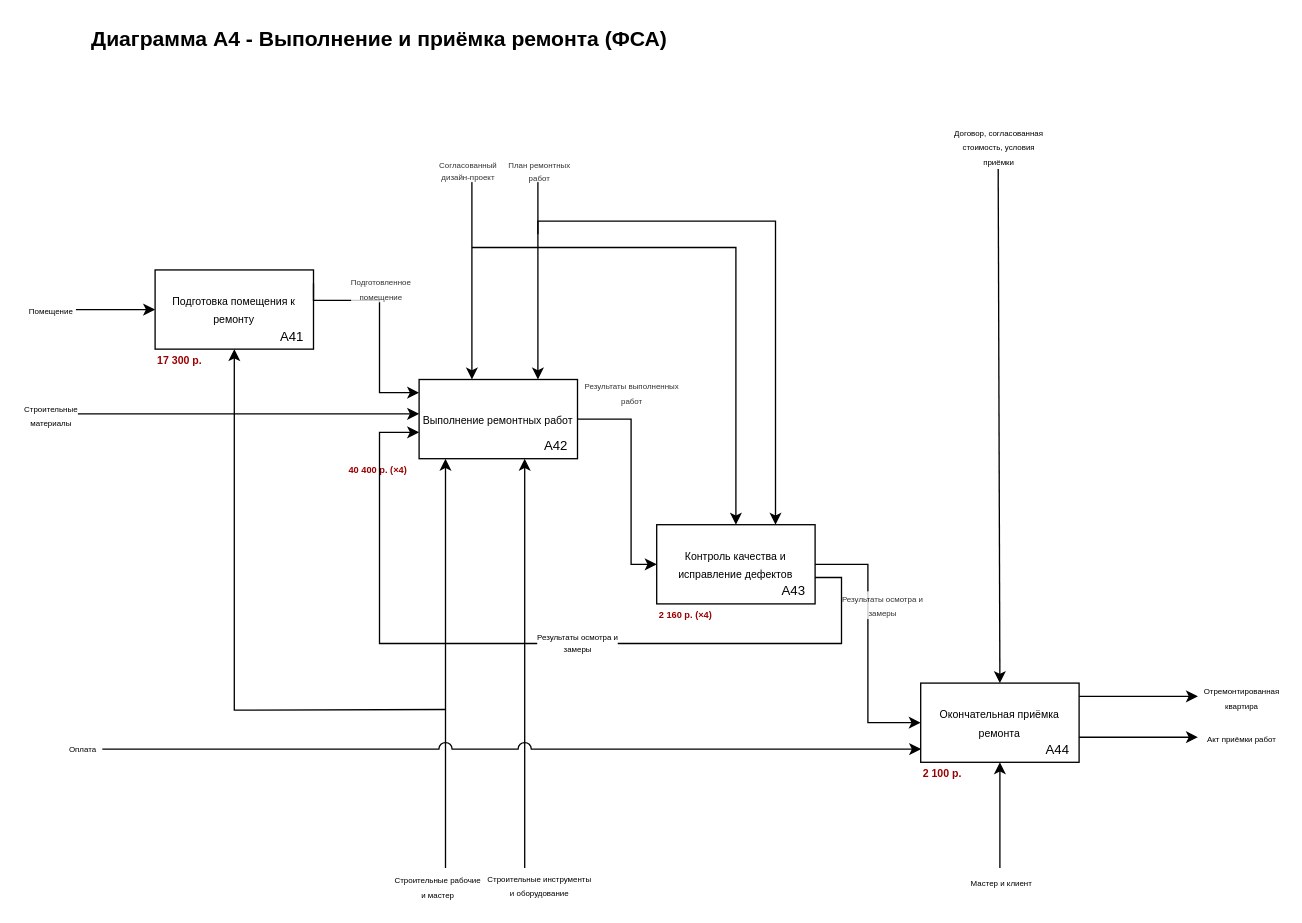
Above: page "А4 (ФСА)" (18 of 18) of sem-5/miabp/lab-5/fsa.drawio in anodev996/uni-works (draw.io), before the change. Source tidied: cells renumbered, new cells numbered last; positions are measured from the earlier drawing's top-left corner, leaving out a move shared by most shapes. Both pictures are drawn from the tidied source at 132%, with x=0, y=0 at pixel (75, 22).
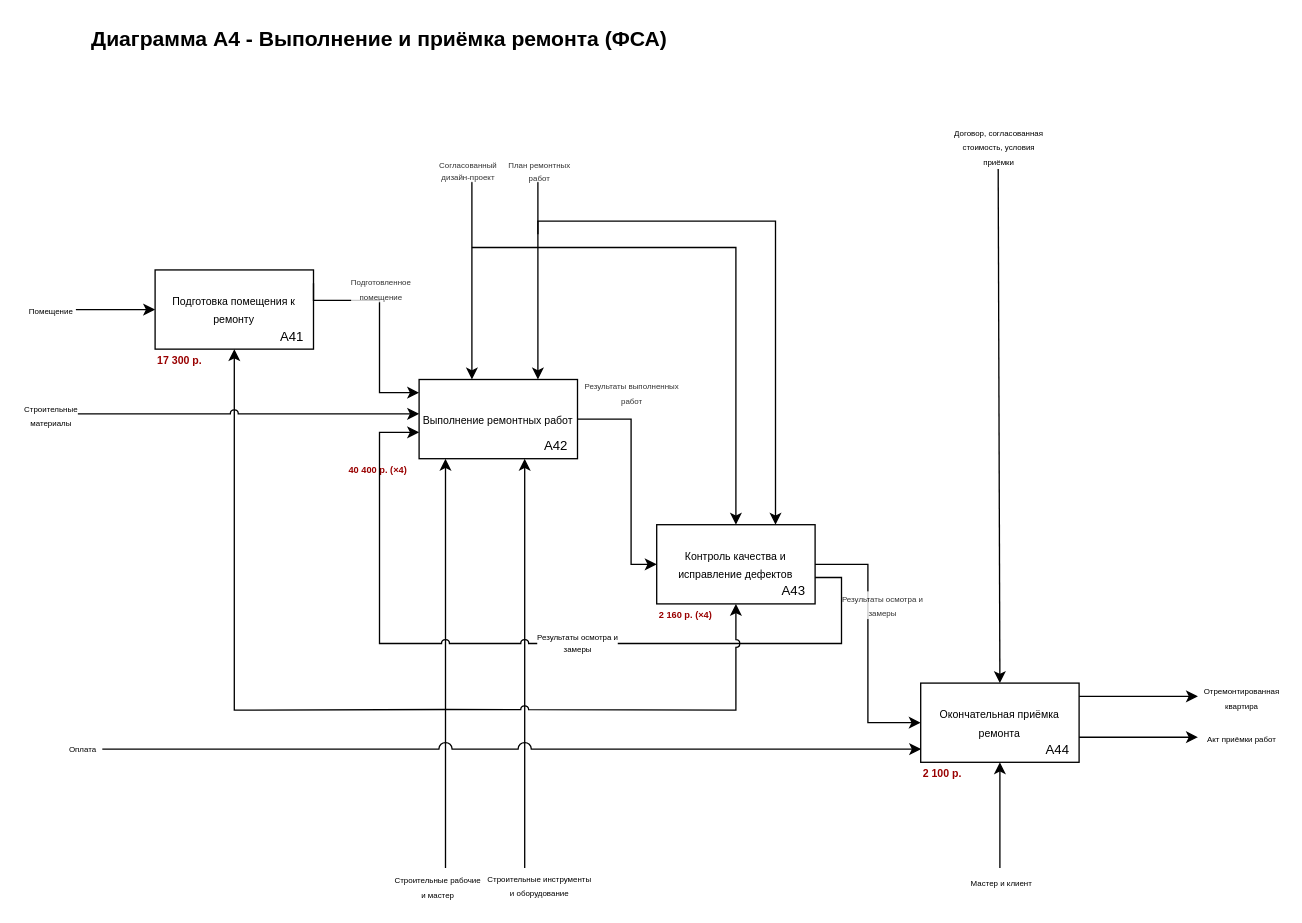
After the change.

Unchanged cells that the change refers to:
```xml
<mxCell id="4" value="&lt;div style=&quot;line-height: 100%;&quot;&gt;&lt;font style=&quot;line-height: 100%;&quot;&gt;&lt;span style=&quot;background-color: transparent; font-size: 8px;&quot;&gt;Подготовка помещения к ремонту&lt;/span&gt;&lt;/font&gt;&lt;/div&gt;" style="rounded=0;whiteSpace=wrap;html=1;" parent="3" vertex="1">
  <mxGeometry width="120" height="60" as="geometry" />
</mxCell>
<mxCell id="8" value="&lt;div style=&quot;line-height: 100%;&quot;&gt;&lt;font style=&quot;line-height: 100%;&quot;&gt;&lt;span style=&quot;background-color: transparent; font-size: 8px;&quot;&gt;Выполнение ремонтных работ&lt;/span&gt;&lt;/font&gt;&lt;/div&gt;" style="rounded=0;whiteSpace=wrap;html=1;" parent="7" vertex="1">
  <mxGeometry width="120" height="60" as="geometry" />
</mxCell>
<mxCell id="12" value="&lt;div style=&quot;line-height: 100%;&quot;&gt;&lt;font style=&quot;line-height: 100%;&quot;&gt;&lt;span style=&quot;background-color: transparent; font-size: 8px;&quot;&gt;Контроль качества и исправление дефектов&lt;/span&gt;&lt;/font&gt;&lt;/div&gt;" style="rounded=0;whiteSpace=wrap;html=1;" parent="11" vertex="1">
  <mxGeometry width="120" height="60" as="geometry" />
</mxCell>
```

The edit, as a diff of the source:
```diff
@@
-    <mxCell id="34" style="endArrow=classic;html=1;rounded=0;edgeStyle=orthogonalEdgeStyle;" parent="1" edge="1" target="4">
+    <mxCell id="34" style="endArrow=classic;html=1;rounded=0;edgeStyle=orthogonalEdgeStyle;jumpStyle=arc;" parent="1" edge="1" target="4">
       <mxGeometry relative="1" as="geometry">
         <mxPoint x="280" y="520" as="sourcePoint" />
       </mxGeometry>
     </mxCell>
-    <mxCell id="35" style="edgeStyle=orthogonalEdgeStyle;rounded=0;jettySize=auto;html=1;exitX=1;exitY=0.667;exitDx=0;exitDy=0;exitPerimeter=0;entryX=0;entryY=0.667;entryDx=0;entryDy=0;entryPerimeter=0;" parent="1" edge="1" source="12" target="8">
-      <mxGeometry x="-0.57" relative="1" as="geometry">
-        <Array as="points">
-          <mxPoint x="580" y="420" />
-          <mxPoint x="580" y="470" />
-          <mxPoint x="230" y="470" />
-          <mxPoint x="230" y="310" />
-        </Array>
-      </mxGeometry>
-    </mxCell>
-    <mxCell id="36" value="&lt;div style=&quot;line-height: 80%;&quot;&gt;&lt;div&gt;&lt;font style=&quot;font-size: 6px; line-height: 80%;&quot;&gt;Результаты осмотра и&lt;/font&gt;&lt;/div&gt;&lt;div&gt;&lt;font style=&quot;font-size: 6px; line-height: 80%;&quot;&gt;замеры&lt;/font&gt;&lt;/div&gt;&lt;/div&gt;" style="edgeLabel;html=1;align=center;verticalAlign=middle;" parent="35" vertex="1">
-      <mxGeometry x="-0.11" relative="1" as="geometry">
-        <mxPoint y="-3" as="offset" />
-      </mxGeometry>
-    </mxCell>
-    <mxCell id="37" style="endArrow=classic;html=1;rounded=0;" parent="1" edge="1">
+    <mxCell id="37" style="endArrow=classic;html=1;rounded=0;jumpStyle=arc;" parent="1" edge="1">
       <mxGeometry relative="1" as="geometry">
         <mxPoint y="296" as="sourcePoint" />
         <mxPoint x="260" y="296" as="targetPoint" />
       </mxGeometry>
     </mxCell>
@@
-    <mxCell id="39" style="endArrow=classic;html=1;rounded=0;" parent="1" edge="1">
+    <mxCell id="39" style="endArrow=classic;html=1;rounded=0;jumpStyle=arc;" parent="1" edge="1">
       <mxGeometry relative="1" as="geometry">
         <mxPoint x="340" y="640" as="sourcePoint" />
         <mxPoint x="340" y="330" as="targetPoint" />
       </mxGeometry>
     </mxCell>
@@
+    <mxCell id="35" style="edgeStyle=orthogonalEdgeStyle;rounded=0;jettySize=auto;html=1;exitX=1;exitY=0.667;exitDx=0;exitDy=0;exitPerimeter=0;entryX=0;entryY=0.667;entryDx=0;entryDy=0;entryPerimeter=0;jumpStyle=arc;" parent="1" edge="1" source="12" target="8">
+      <mxGeometry x="-0.57" relative="1" as="geometry">
+        <Array as="points">
+          <mxPoint x="580" y="420" />
+          <mxPoint x="580" y="470" />
+          <mxPoint x="230" y="470" />
+          <mxPoint x="230" y="310" />
+        </Array>
+      </mxGeometry>
+    </mxCell>
+    <mxCell id="36" value="&lt;div style=&quot;line-height: 80%;&quot;&gt;&lt;div&gt;&lt;font style=&quot;font-size: 6px; line-height: 80%;&quot;&gt;Результаты осмотра и&lt;/font&gt;&lt;/div&gt;&lt;div&gt;&lt;font style=&quot;font-size: 6px; line-height: 80%;&quot;&gt;замеры&lt;/font&gt;&lt;/div&gt;&lt;/div&gt;" style="edgeLabel;html=1;align=center;verticalAlign=middle;" parent="35" vertex="1">
+      <mxGeometry x="-0.11" relative="1" as="geometry">
+        <mxPoint y="-3" as="offset" />
+      </mxGeometry>
+    </mxCell>
+    <mxCell id="52" style="endArrow=classic;html=1;rounded=0;edgeStyle=orthogonalEdgeStyle;jumpStyle=arc;" parent="1" edge="1" target="12">
+      <mxGeometry x="0.3" relative="1" as="geometry">
+        <mxPoint x="280" y="520" as="sourcePoint" />
+      </mxGeometry>
+    </mxCell>
```
